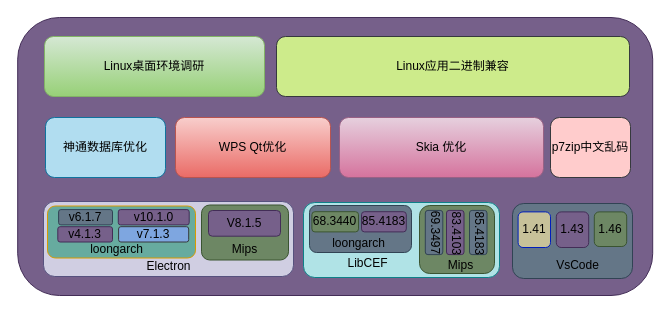
Doorer/draw.io-1 keeps this draw.io diagram as 年度工作.drawio. Above is the earlier version. Source tidied: cells renumbered, new cells numbered last; positions are measured from the earlier drawing's top-left corner, leaving out a move shared by most shapes. Both pictures are drawn from the tidied source at 100%, with x=0, y=0 at pixel (17, 17).
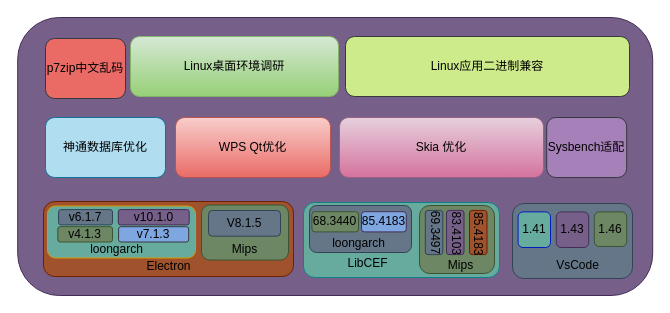
Above is the later version.

Commit message:
更新年度工作.drawio

The edit, as a diff of the source:
```diff
@@
     <mxCell id="6" value="Linux桌面环境调研" style="rounded=1;whiteSpace=wrap;html=1;fillColor=#d5e8d4;gradientColor=#97d077;strokeColor=#82b366;" parent="1" vertex="1">
-      <mxGeometry x="27" y="19" width="220" height="60" as="geometry" />
+      <mxGeometry x="113" y="19" width="208" height="60" as="geometry" />
     </mxCell>
-    <mxCell id="7" value="p7zip中文乱码" style="rounded=1;whiteSpace=wrap;html=1;fillColor=#ffcccc;strokeColor=#36393d;" parent="1" vertex="1">
-      <mxGeometry x="533" y="100" width="80" height="60" as="geometry" />
+    <mxCell id="7" value="p7zip中文乱码" style="rounded=1;whiteSpace=wrap;html=1;fillColor=#EA6B66;strokeColor=#36393d;" parent="1" vertex="1">
+      <mxGeometry x="28" y="21" width="80" height="60" as="geometry" />
     </mxCell>
     <mxCell id="8" value="Linux应用二进制兼容" style="rounded=1;whiteSpace=wrap;html=1;fillColor=#cdeb8b;strokeColor=#36393d;" parent="1" vertex="1">
-      <mxGeometry x="259" y="19" width="353" height="60" as="geometry" />
+      <mxGeometry x="328" y="19" width="284" height="60" as="geometry" />
     </mxCell>
-    <mxCell id="9" style="rounded=1;whiteSpace=wrap;html=1;fillColor=#b0e3e6;strokeColor=#0e8088;" parent="1" vertex="1">
+    <mxCell id="9" style="rounded=1;whiteSpace=wrap;html=1;fillColor=#67AB9F;strokeColor=#0e8088;" parent="1" vertex="1">
       <mxGeometry x="286" y="185" width="196" height="75" as="geometry" />
     </mxCell>
@@
-    <mxCell id="12" value="&lt;font color=&quot;#000000&quot;&gt;85.4183&lt;/font&gt;" style="rounded=1;whiteSpace=wrap;html=1;fillColor=#76608a;strokeColor=#432D57;fontColor=#ffffff;" parent="1" vertex="1">
+    <mxCell id="12" value="&lt;font color=&quot;#000000&quot;&gt;85.4183&lt;/font&gt;" style="rounded=1;whiteSpace=wrap;html=1;fillColor=#7EA6E0;strokeColor=#432D57;fontColor=#ffffff;" parent="1" vertex="1">
       <mxGeometry x="344" y="194.2" width="44.8" height="20.2" as="geometry" />
     </mxCell>
@@
-    <mxCell id="19" style="rounded=1;whiteSpace=wrap;html=1;fontColor=#ffffff;fillColor=#647687;strokeColor=#314354;direction=north;" parent="1" vertex="1">
+    <mxCell id="19" style="rounded=1;whiteSpace=wrap;html=1;fontColor=#ffffff;fillColor=#a0522d;strokeColor=#6D1F00;direction=north;" parent="1" vertex="1">
       <mxGeometry x="452" y="192.9" width="17.5" height="44.2" as="geometry" />
     </mxCell>
-    <mxCell id="20" value="85.4183" style="text;html=1;align=center;verticalAlign=middle;fillColor=none;strokeColor=none;rounded=0;fontColor=#000000;rotation=90;" parent="1" vertex="1">
-      <mxGeometry x="435.7" y="207" width="53" height="18" as="geometry" />
-    </mxCell>
-    <mxCell id="21" style="rounded=1;whiteSpace=wrap;html=1;fillColor=#d0cee2;strokeColor=#56517e;" parent="1" vertex="1">
+    <mxCell id="21" style="rounded=1;whiteSpace=wrap;html=1;fillColor=#a0522d;strokeColor=#6D1F00;fontColor=#ffffff;" parent="1" vertex="1">
       <mxGeometry x="26" y="184" width="250" height="75" as="geometry" />
     </mxCell>
@@
-    <mxCell id="26" value="&lt;font color=&quot;#000000&quot;&gt;v4.1.3&lt;/font&gt;" style="rounded=1;whiteSpace=wrap;html=1;fillColor=#76608a;strokeColor=#432D57;fontColor=#ffffff;" parent="1" vertex="1">
+    <mxCell id="26" value="&lt;font color=&quot;#000000&quot;&gt;v4.1.3&lt;/font&gt;" style="rounded=1;whiteSpace=wrap;html=1;fillColor=#6d8764;strokeColor=#3A5431;fontColor=#ffffff;" parent="1" vertex="1">
       <mxGeometry x="40.3" y="209.2" width="54.7" height="15.3" as="geometry" />
     </mxCell>
@@
-    <mxCell id="35" value="&lt;font color=&quot;#000000&quot;&gt;1.41&lt;/font&gt;" style="rounded=1;whiteSpace=wrap;html=1;fontColor=#ffffff;fillColor=#C7C199;strokeColor=#001DBC;" parent="1" vertex="1">
+    <mxCell id="35" value="&lt;font color=&quot;#000000&quot;&gt;1.41&lt;/font&gt;" style="rounded=1;whiteSpace=wrap;html=1;fontColor=#ffffff;fillColor=#67AB9F;strokeColor=#001DBC;" parent="1" vertex="1">
       <mxGeometry x="500.6" y="194.4" width="32.4" height="35.6" as="geometry" />
     </mxCell>
@@
-    <mxCell id="37" value="&lt;font color=&quot;#000000&quot;&gt;V8.1.5&lt;/font&gt;" style="rounded=1;whiteSpace=wrap;html=1;fontSize=12;fillColor=#76608a;strokeColor=#432D57;fontColor=#ffffff;" parent="1" vertex="1">
+    <mxCell id="37" value="&lt;font color=&quot;#000000&quot;&gt;V8.1.5&lt;/font&gt;" style="rounded=1;whiteSpace=wrap;html=1;fontSize=12;fillColor=#647687;strokeColor=#314354;fontColor=#ffffff;" parent="1" vertex="1">
       <mxGeometry x="191" y="193" width="72" height="25.7" as="geometry" />
     </mxCell>
@@
+    <mxCell id="20" value="85.4183" style="text;html=1;align=center;verticalAlign=middle;fillColor=none;strokeColor=none;rounded=0;rotation=90;" parent="1" vertex="1">
+      <mxGeometry x="434.2" y="207" width="53" height="18" as="geometry" />
+    </mxCell>
+    <mxCell id="39" value="Sysbench适配" style="rounded=1;whiteSpace=wrap;html=1;fillColor=#A680B8;strokeColor=#36393d;" parent="1" vertex="1">
+      <mxGeometry x="529.2" y="100" width="80" height="60" as="geometry" />
+    </mxCell>
```
